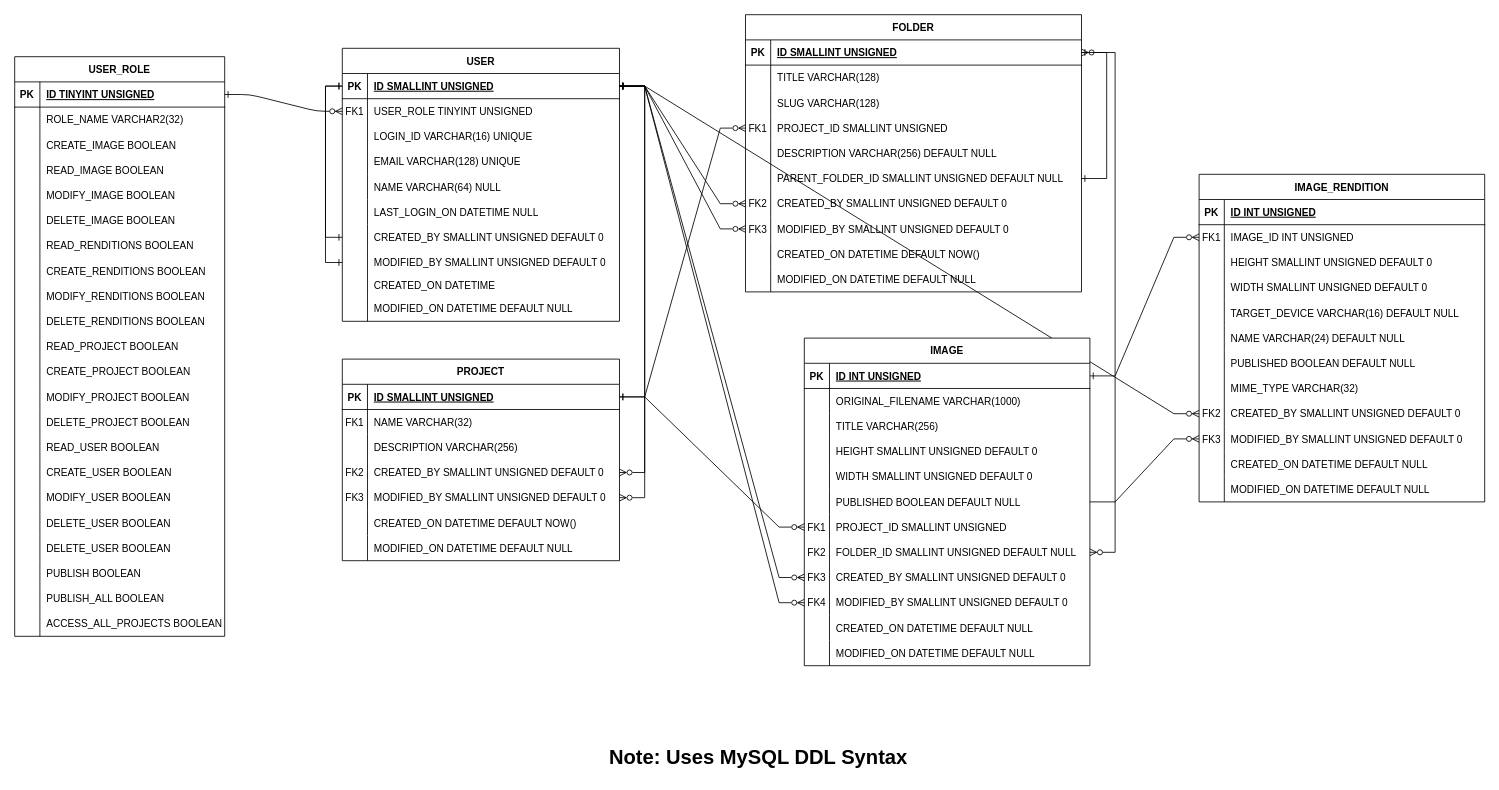
Before: db-designs/general/ER.drawio in abhinavgunwant/swms, a draw.io diagram. Source tidied: cells renumbered, new cells numbered last; positions are measured from the earlier drawing's top-left corner, leaving out a move shared by most shapes. Both pictures are drawn from the tidied source at 84%, with x=0, y=0 at pixel (14, 14).
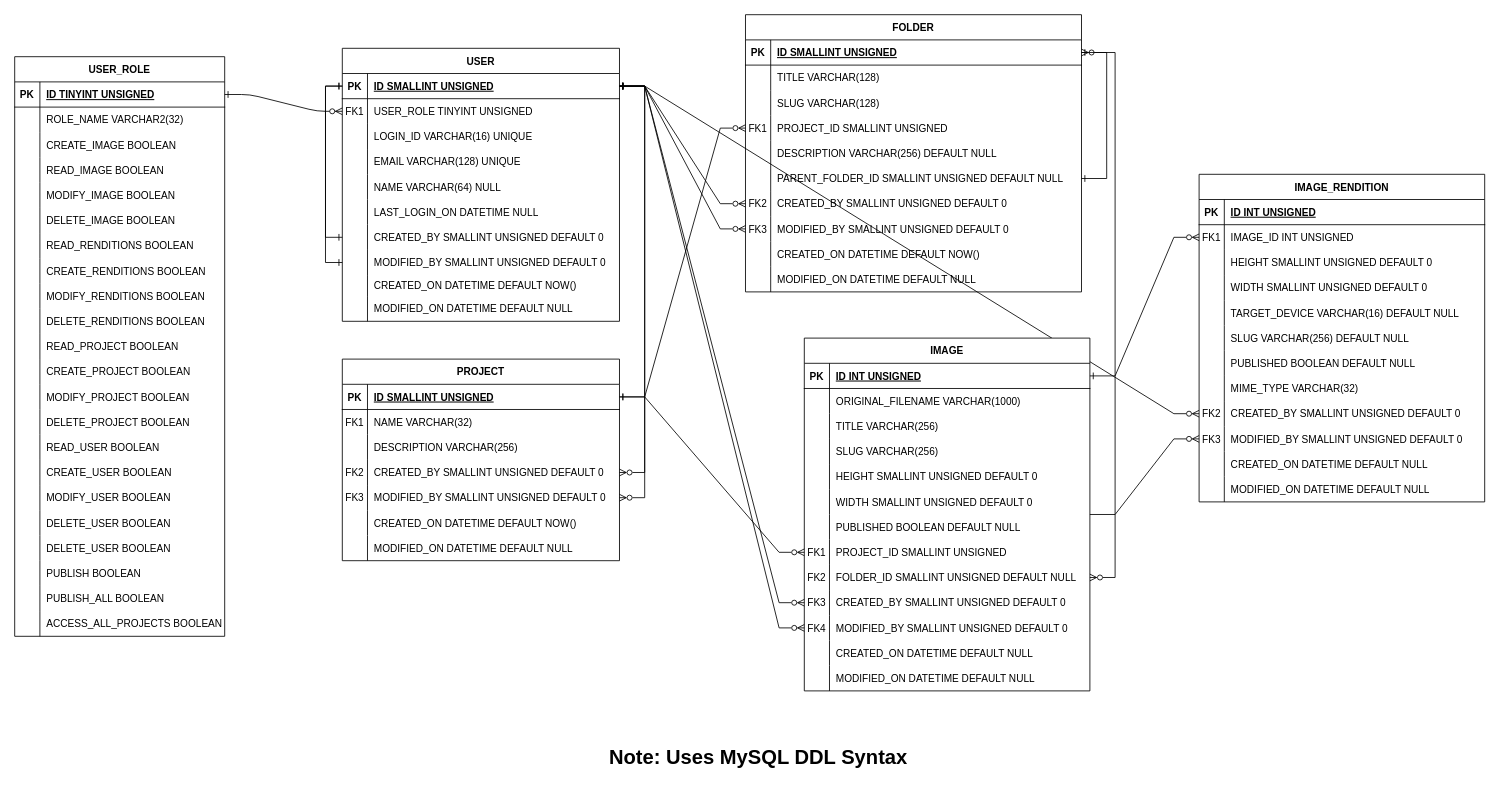
Above is the later version.

Unchanged cells that the change refers to:
```xml
<mxCell id="30" style="shape=partialRectangle;fillColor=none;top=0;left=0;right=0;bottom=0;" parent="3" vertex="1">
  <mxGeometry y="270" width="330" height="25" as="geometry" />
</mxCell>
<mxCell id="154" style="shape=partialRectangle;fillColor=none;top=0;left=0;right=0;bottom=0;" parent="138" vertex="1">
  <mxGeometry y="180" width="340" height="30" as="geometry" />
</mxCell>
```

Change to the diagram source:
```diff
@@
-    <mxCell id="32" value="CREATED_ON DATETIME" style="shape=partialRectangle;overflow=hidden;fillColor=none;top=0;left=0;bottom=0;right=0;align=left;spacingLeft=6;" parent="30" vertex="1">
+    <mxCell id="32" value="CREATED_ON DATETIME DEFAULT NOW()" style="shape=partialRectangle;overflow=hidden;fillColor=none;top=0;left=0;bottom=0;right=0;align=left;spacingLeft=6;" parent="30" vertex="1">
       <mxGeometry x="30" width="300" height="25" as="geometry" />
     </mxCell>
@@
-    <mxCell id="156" value="NAME VARCHAR(24) DEFAULT NULL" style="shape=partialRectangle;overflow=hidden;fillColor=none;top=0;left=0;bottom=0;right=0;align=left;spacingLeft=6;" parent="154" vertex="1">
+    <mxCell id="156" value="SLUG VARCHAR(256) DEFAULT NULL" style="shape=partialRectangle;overflow=hidden;fillColor=none;top=0;left=0;bottom=0;right=0;align=left;spacingLeft=6;" parent="154" vertex="1">
       <mxGeometry x="30" width="310" height="30" as="geometry" />
     </mxCell>
@@
     <mxCell id="207" value="IMAGE" style="shape=table;startSize=30;childLayout=tableLayout;rowLines=0;fontStyle=1;align=center;" parent="1" vertex="1">
-      <mxGeometry x="940" y="385" width="340" height="390" as="geometry" />
+      <mxGeometry x="940" y="385" width="340" height="420" as="geometry" />
     </mxCell>
@@
+    <mxCell id="244" style="shape=partialRectangle;fillColor=none;top=0;left=0;right=0;bottom=0;" parent="207" vertex="1">
+      <mxGeometry y="90" width="340" height="30" as="geometry" />
+    </mxCell>
+    <mxCell id="245" style="shape=partialRectangle;overflow=hidden;fillColor=none;top=0;left=0;bottom=0;right=0;" parent="244" vertex="1">
+      <mxGeometry width="30" height="30" as="geometry" />
+    </mxCell>
+    <mxCell id="246" value="TITLE VARCHAR(256)" style="shape=partialRectangle;overflow=hidden;fillColor=none;top=0;left=0;bottom=0;right=0;align=left;spacingLeft=6;" parent="244" vertex="1">
+      <mxGeometry x="30" width="310" height="30" as="geometry" />
+    </mxCell>
     <mxCell id="214" style="shape=partialRectangle;fillColor=none;top=0;left=0;right=0;bottom=0;" parent="207" vertex="1">
-      <mxGeometry y="90" width="340" height="30" as="geometry" />
+      <mxGeometry y="120" width="340" height="30" as="geometry" />
     </mxCell>
@@
-    <mxCell id="216" value="TITLE VARCHAR(256)" style="shape=partialRectangle;overflow=hidden;fillColor=none;top=0;left=0;bottom=0;right=0;align=left;spacingLeft=6;" parent="214" vertex="1">
+    <mxCell id="216" value="SLUG VARCHAR(256)" style="shape=partialRectangle;overflow=hidden;fillColor=none;top=0;left=0;bottom=0;right=0;align=left;spacingLeft=6;" parent="214" vertex="1">
       <mxGeometry x="30" width="310" height="30" as="geometry" />
     </mxCell>
     <mxCell id="217" style="shape=partialRectangle;fillColor=none;top=0;left=0;right=0;bottom=0;" parent="207" vertex="1">
-      <mxGeometry y="120" width="340" height="30" as="geometry" />
+      <mxGeometry y="150" width="340" height="30" as="geometry" />
     </mxCell>
@@
     <mxCell id="220" style="shape=partialRectangle;fillColor=none;top=0;left=0;right=0;bottom=0;" parent="207" vertex="1">
-      <mxGeometry y="150" width="340" height="30" as="geometry" />
+      <mxGeometry y="180" width="340" height="30" as="geometry" />
     </mxCell>
@@
     <mxCell id="223" style="shape=partialRectangle;fillColor=none;top=0;left=0;right=0;bottom=0;" parent="207" vertex="1">
-      <mxGeometry y="180" width="340" height="30" as="geometry" />
+      <mxGeometry y="210" width="340" height="30" as="geometry" />
     </mxCell>
@@
     <mxCell id="226" style="shape=partialRectangle;fillColor=none;points=[[0,0.5],[1,0.5]];portConstraint=eastwest;top=0;left=0;right=0;bottom=0;" parent="207" vertex="1">
-      <mxGeometry y="210" width="340" height="30" as="geometry" />
+      <mxGeometry y="240" width="340" height="30" as="geometry" />
     </mxCell>
@@
     <mxCell id="229" style="shape=partialRectangle;fillColor=none;points=[[0,0.5],[1,0.5]];portConstraint=eastwest;top=0;left=0;right=0;bottom=0;" parent="207" vertex="1">
-      <mxGeometry y="240" width="340" height="30" as="geometry" />
+      <mxGeometry y="270" width="340" height="30" as="geometry" />
     </mxCell>
@@
     <mxCell id="232" style="shape=partialRectangle;fillColor=none;points=[[0,0.5],[1,0.5]];portConstraint=eastwest;top=0;left=0;right=0;bottom=0;" parent="207" vertex="1">
-      <mxGeometry y="270" width="340" height="30" as="geometry" />
+      <mxGeometry y="300" width="340" height="30" as="geometry" />
     </mxCell>
@@
     <mxCell id="235" style="shape=partialRectangle;fillColor=none;points=[[0,0.5],[1,0.5]];portConstraint=eastwest;top=0;left=0;right=0;bottom=0;" parent="207" vertex="1">
-      <mxGeometry y="300" width="340" height="30" as="geometry" />
+      <mxGeometry y="330" width="340" height="30" as="geometry" />
     </mxCell>
@@
     <mxCell id="238" style="shape=partialRectangle;fillColor=none;top=0;left=0;right=0;bottom=0;" parent="207" vertex="1">
-      <mxGeometry y="330" width="340" height="30" as="geometry" />
+      <mxGeometry y="360" width="340" height="30" as="geometry" />
     </mxCell>
@@
     <mxCell id="241" style="shape=partialRectangle;fillColor=none;top=0;left=0;right=0;bottom=0;" parent="207" vertex="1">
-      <mxGeometry y="360" width="340" height="30" as="geometry" />
+      <mxGeometry y="390" width="340" height="30" as="geometry" />
     </mxCell>
```
